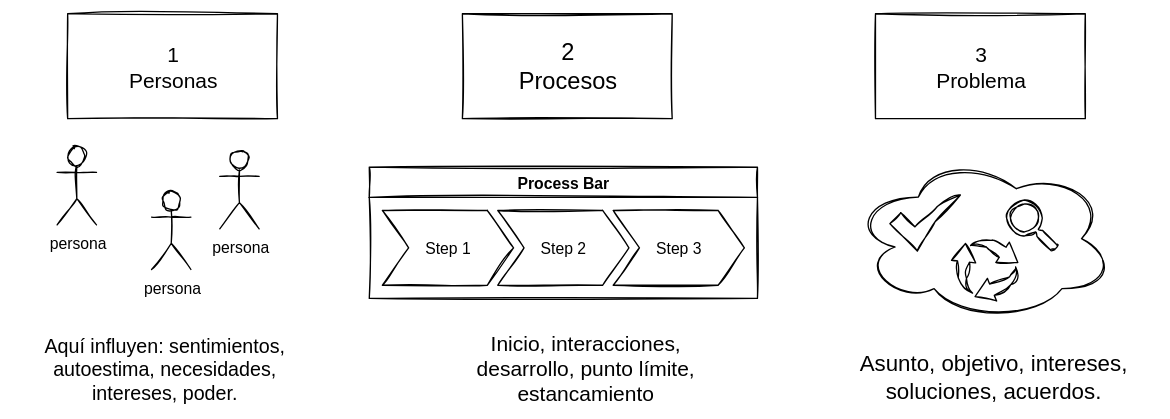
matiaspakua/tech.notes.io keeps this draw.io diagram as pages/leadership/componentes_conflicto.svg. Above is the earlier version. Source tidied: cells renumbered, new cells last; positions are measured from the earlier drawing's top-left corner, leaving out a move shared by most shapes.
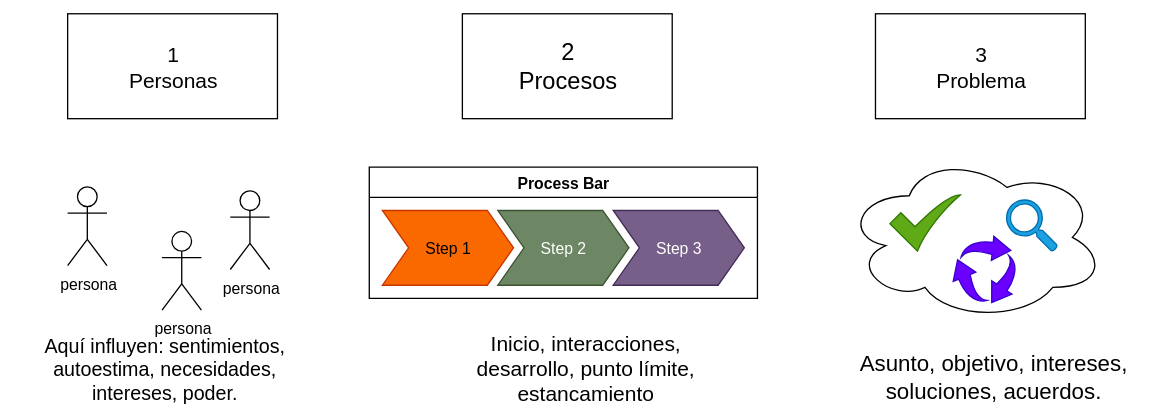
The same file after the commit.

Diff of the diagram source:
```diff
@@ -2,47 +2,47 @@
   <root>
     <mxCell id="0" />
     <mxCell id="1" parent="0" />
-    <mxCell id="2" value="&lt;font style=&quot;font-size: 16px&quot;&gt;1&lt;br&gt;Personas&lt;/font&gt;" style="rounded=0;whiteSpace=wrap;html=1;fillColor=#FFFFFF;" parent="1" vertex="1">
+    <mxCell id="2" value="&lt;font style=&quot;font-size: 16px&quot;&gt;1&lt;br&gt;Personas&lt;/font&gt;" style="rounded=0;whiteSpace=wrap;html=1;strokeColor=#000000;fillColor=#FFFFFF;fontColor=#000000;" parent="1" vertex="1">
       <mxGeometry x="23" width="160" height="80" as="geometry" />
     </mxCell>
-    <mxCell id="3" value="&lt;font style=&quot;font-size: 18px&quot;&gt;2&lt;br&gt;Procesos&lt;/font&gt;" style="rounded=0;whiteSpace=wrap;html=1;fillColor=#FFFFFF;" parent="1" vertex="1">
+    <mxCell id="3" value="&lt;font style=&quot;font-size: 18px&quot;&gt;2&lt;br&gt;Procesos&lt;/font&gt;" style="rounded=0;whiteSpace=wrap;html=1;strokeColor=#000000;fillColor=#FFFFFF;fontColor=#000000;" parent="1" vertex="1">
       <mxGeometry x="324" width="160" height="80" as="geometry" />
     </mxCell>
-    <mxCell id="4" value="&lt;font style=&quot;font-size: 16px&quot;&gt;3&lt;br&gt;Problema&lt;/font&gt;" style="rounded=0;whiteSpace=wrap;html=1;fillColor=#FFFFFF;" parent="1" vertex="1">
+    <mxCell id="4" value="&lt;font style=&quot;font-size: 16px&quot;&gt;3&lt;br&gt;Problema&lt;/font&gt;" style="rounded=0;whiteSpace=wrap;html=1;strokeColor=#000000;fillColor=#FFFFFF;fontColor=#000000;" parent="1" vertex="1">
       <mxGeometry x="639" width="160" height="80" as="geometry" />
     </mxCell>
-    <mxCell id="5" value="persona" style="shape=umlActor;verticalLabelPosition=bottom;verticalAlign=top;html=1;fillColor=#FFFFFF;" parent="1" vertex="1">
-      <mxGeometry x="15" y="101" width="30" height="60" as="geometry" />
+    <mxCell id="5" value="persona" style="shape=umlActor;verticalLabelPosition=bottom;verticalAlign=top;html=1;strokeColor=#000000;fillColor=#FFFFFF;" parent="1" vertex="1">
+      <mxGeometry x="23" y="132" width="30" height="60" as="geometry" />
     </mxCell>
-    <mxCell id="6" value="persona" style="shape=umlActor;verticalLabelPosition=bottom;verticalAlign=top;html=1;fillColor=#FFFFFF;" parent="1" vertex="1">
-      <mxGeometry x="87" y="135" width="30" height="60" as="geometry" />
+    <mxCell id="6" value="persona" style="shape=umlActor;verticalLabelPosition=bottom;verticalAlign=top;html=1;strokeColor=#000000;fillColor=#FFFFFF;" parent="1" vertex="1">
+      <mxGeometry x="95" y="166" width="30" height="60" as="geometry" />
     </mxCell>
-    <mxCell id="7" value="persona" style="shape=umlActor;verticalLabelPosition=bottom;verticalAlign=top;html=1;fillColor=#FFFFFF;" parent="1" vertex="1">
-      <mxGeometry x="139" y="104" width="30" height="60" as="geometry" />
+    <mxCell id="7" value="persona" style="shape=umlActor;verticalLabelPosition=bottom;verticalAlign=top;html=1;strokeColor=#000000;fillColor=#FFFFFF;" parent="1" vertex="1">
+      <mxGeometry x="147" y="135" width="30" height="60" as="geometry" />
     </mxCell>
-    <mxCell id="8" value="Process Bar" style="swimlane;horizontal=1;stackBorder=10;align=center;fillColor=#FFFFFF;" parent="1" vertex="1">
+    <mxCell id="8" value="Process Bar" style="swimlane;horizontal=1;stackBorder=10;align=center;strokeColor=#000000;fillColor=#FFFFFF;fontColor=#000000;" parent="1" vertex="1">
       <mxGeometry x="253" y="117" width="296" height="100" as="geometry" />
     </mxCell>
-    <mxCell id="9" value="Step 1" style="shape=step;perimeter=stepPerimeter;fixedSize=1;fillColor=#FFFFFF;" parent="8" vertex="1">
+    <mxCell id="9" value="Step 1" style="shape=step;perimeter=stepPerimeter;fixedSize=1;strokeColor=#C73500;fillColor=#fa6800;fontColor=#000000;" parent="8" vertex="1">
       <mxGeometry x="10" y="33" width="100" height="57" as="geometry" />
     </mxCell>
-    <mxCell id="10" value="Step 2" style="shape=step;perimeter=stepPerimeter;fixedSize=1;fillColor=#FFFFFF;" parent="8" vertex="1">
+    <mxCell id="10" value="Step 2" style="shape=step;perimeter=stepPerimeter;fixedSize=1;strokeColor=#3A5431;fillColor=#6d8764;fontColor=#ffffff;" parent="8" vertex="1">
       <mxGeometry x="98" y="33" width="100" height="57" as="geometry" />
     </mxCell>
-    <mxCell id="11" value="Step 3" style="shape=step;perimeter=stepPerimeter;fixedSize=1;fillColor=#FFFFFF;" parent="8" vertex="1">
+    <mxCell id="11" value="Step 3" style="shape=step;perimeter=stepPerimeter;fixedSize=1;strokeColor=#432D57;fillColor=#76608a;fontColor=#ffffff;" parent="8" vertex="1">
       <mxGeometry x="186" y="33" width="100" height="57" as="geometry" />
     </mxCell>
-    <mxCell id="12" style="ellipse;shape=cloud;whiteSpace=wrap;html=1;fontColor=#000000;" parent="1" vertex="1">
-      <mxGeometry x="622" y="108" width="199" height="127" as="geometry" />
+    <mxCell id="12" style="ellipse;shape=cloud;whiteSpace=wrap;html=1;fillColor=#FFFFFF;" parent="1" vertex="1">
+      <mxGeometry x="615" y="145" width="199" height="127" as="geometry" />
     </mxCell>
-    <mxCell id="13" style="html=1;shadow=0;align=center;verticalAlign=top;shape=mxgraph.gcp2.check;fillColor=#FFFFFF;" parent="1" vertex="1">
+    <mxCell id="13" style="html=1;shadow=0;align=center;verticalAlign=top;shape=mxgraph.gcp2.check;strokeColor=#2D7600;fillColor=#60a917;fontColor=#ffffff;" parent="1" vertex="1">
       <mxGeometry x="650" y="138" width="53.8" height="43" as="geometry" />
     </mxCell>
-    <mxCell id="14" style="html=1;shadow=0;align=center;verticalAlign=top;shape=mxgraph.gcp2.search;fillColor=#FFFFFF;" parent="1" vertex="1">
+    <mxCell id="14" style="html=1;shadow=0;align=center;verticalAlign=top;shape=mxgraph.gcp2.search;strokeColor=#006EAF;fillColor=#1ba1e2;fontColor=#ffffff;" parent="1" vertex="1">
       <mxGeometry x="739" y="142" width="38.6" height="39" as="geometry" />
     </mxCell>
-    <mxCell id="15" style="html=1;shadow=0;align=center;verticalAlign=top;shape=mxgraph.gcp2.arrow_cycle;fillColor=#FFFFFF;" parent="1" vertex="1">
-      <mxGeometry x="697" y="171" width="50.5" height="48" as="geometry" />
+    <mxCell id="15" style="html=1;shadow=0;align=center;verticalAlign=top;shape=mxgraph.gcp2.arrow_cycle;strokeColor=#3700CC;fillColor=#6a00ff;fontColor=#ffffff;direction=south;" parent="1" vertex="1">
+      <mxGeometry x="698.3" y="169.7" width="48" height="50.5" as="geometry" />
     </mxCell>
     <mxCell id="16" value="&lt;font style=&quot;font-size: 15px&quot;&gt;Aquí influyen: sentimientos,&lt;br&gt;autoestima, necesidades, &lt;br&gt;intereses, poder.&lt;/font&gt;" style="text;html=1;align=center;verticalAlign=middle;strokeColor=none;fontColor=#000000;" parent="1" vertex="1">
       <mxGeometry y="247" width="193" height="46" as="geometry" />
```
